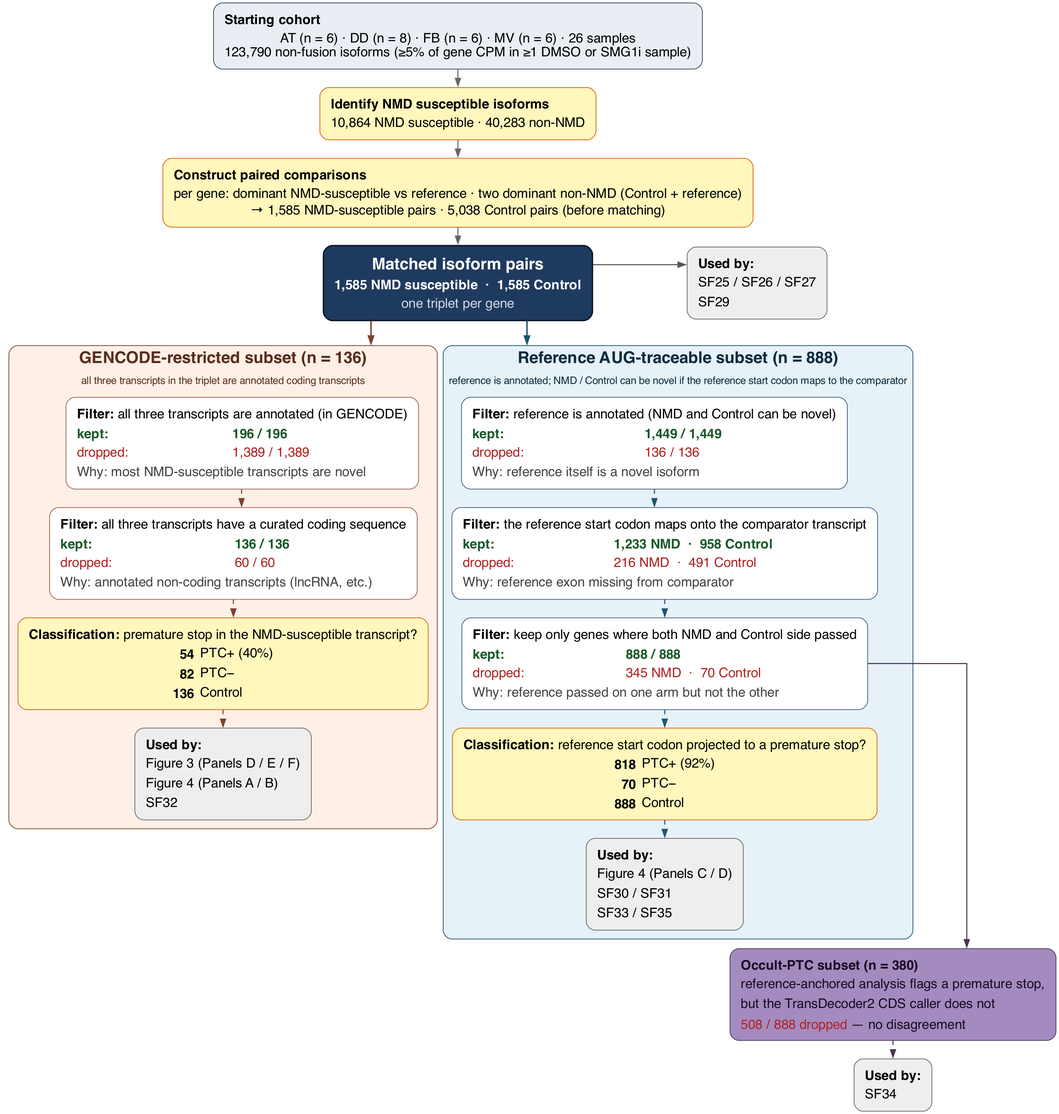
The Graphviz diagram figures/SupplementalFigures/SF28_PairAnalysisFlowchart/figure_s_pair_analysis_flowchart.png in peter4244/nmd_isopair_analysis, before a commit. Its source is kept beside it as figures/SupplementalFigures/SF28_PairAnalysisFlowchart/figure_s_pair_analysis_flowchart.dot.
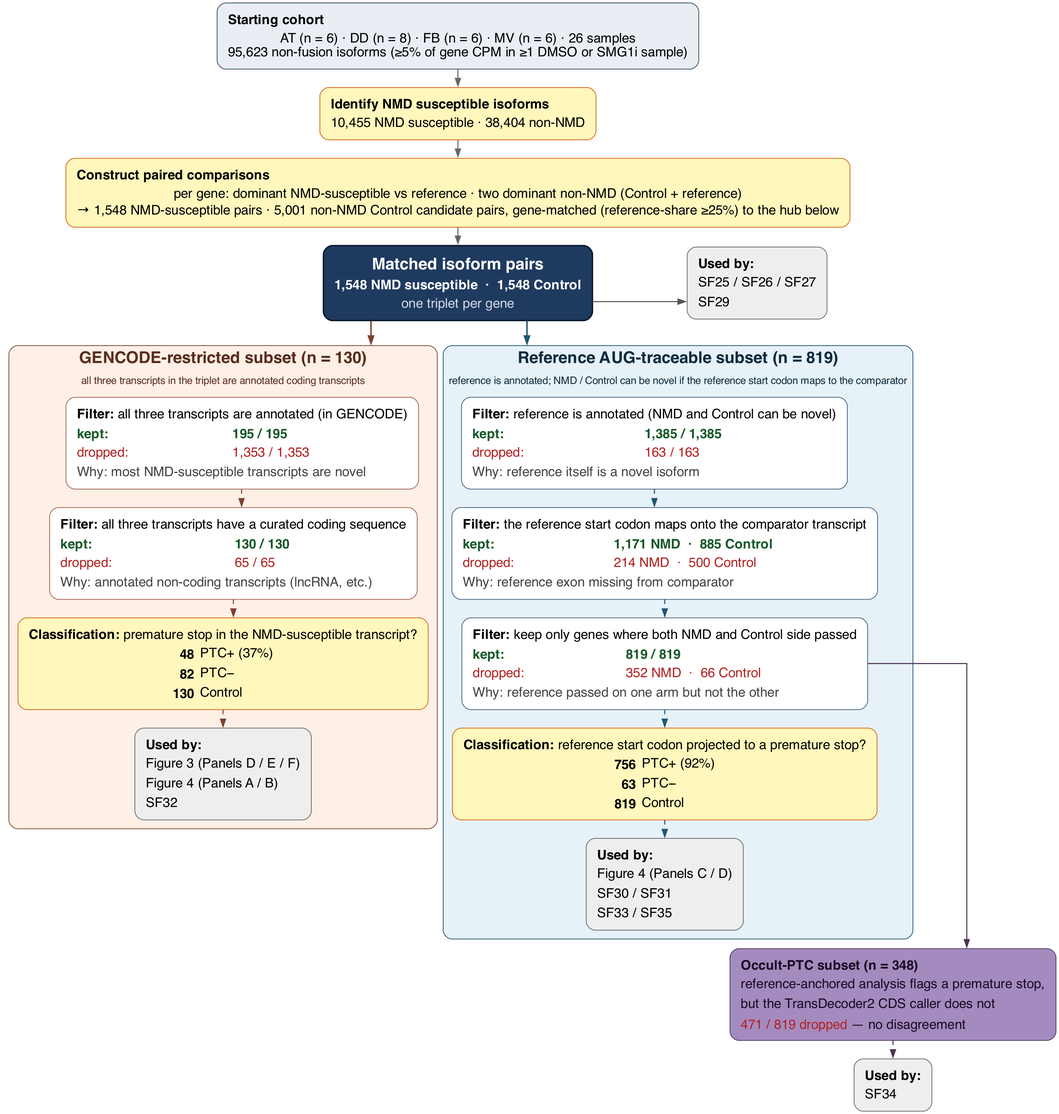
Later version of the same file.

Commit message:
4-CT re-scope R3: SF28 flowchart manual DOT rebuild (M-4)

The edit, as a diff of the source:
```diff
@@ -6,15 +6,15 @@
   edge  [color="#666", penwidth=1.4, fontname="Helvetica",
          fontsize=18, fontcolor="#444"]
 
-  U1 [label=<<TABLE BORDER="0" CELLBORDER="0" CELLSPACING="0" CELLPADDING="4"><TR><TD ALIGN="LEFT"><B>Starting cohort</B></TD></TR><TR><TD ALIGN="LEFT">AT (n = 6) · DD (n = 8) · FB (n = 6) · MV (n = 6) · 26 samples<BR/>123,790 non-fusion isoforms (≥5% of gene CPM in ≥1 DMSO or SMG1i sample)</TD></TR></TABLE>>, fillcolor="#e8eef4", color="#2f4858"]
-  U2 [label=<<TABLE BORDER="0" CELLBORDER="0" CELLSPACING="0" CELLPADDING="4"><TR><TD ALIGN="LEFT"><B>Identify NMD susceptible isoforms</B></TD></TR><TR><TD ALIGN="LEFT">10,864 NMD susceptible · 40,283 non-NMD</TD></TR></TABLE>>, fillcolor="#fff7bc", color="#d95f0e"]
-  U3 [label=<<TABLE BORDER="0" CELLBORDER="0" CELLSPACING="0" CELLPADDING="4"><TR><TD ALIGN="LEFT"><B>Construct paired comparisons</B></TD></TR><TR><TD ALIGN="LEFT">per gene: dominant NMD-susceptible vs reference · two dominant non-NMD (Control + reference)<BR/>→ 1,585 NMD-susceptible pairs · 5,038 Control pairs (before matching)</TD></TR></TABLE>>, fillcolor="#fff7bc", color="#d95f0e"]
+  U1 [label=<<TABLE BORDER="0" CELLBORDER="0" CELLSPACING="0" CELLPADDING="4"><TR><TD ALIGN="LEFT"><B>Starting cohort</B></TD></TR><TR><TD ALIGN="LEFT">AT (n = 6) · DD (n = 8) · FB (n = 6) · MV (n = 6) · 26 samples<BR/>95,623 non-fusion isoforms (≥5% of gene CPM in ≥1 DMSO or SMG1i sample)</TD></TR></TABLE>>, fillcolor="#e8eef4", color="#2f4858"]
+  U2 [label=<<TABLE BORDER="0" CELLBORDER="0" CELLSPACING="0" CELLPADDING="4"><TR><TD ALIGN="LEFT"><B>Identify NMD susceptible isoforms</B></TD></TR><TR><TD ALIGN="LEFT">10,455 NMD susceptible · 38,404 non-NMD</TD></TR></TABLE>>, fillcolor="#fff7bc", color="#d95f0e"]
+  U3 [label=<<TABLE BORDER="0" CELLBORDER="0" CELLSPACING="0" CELLPADDING="4"><TR><TD ALIGN="LEFT"><B>Construct paired comparisons</B></TD></TR><TR><TD ALIGN="LEFT">per gene: dominant NMD-susceptible vs reference · two dominant non-NMD (Control + reference)<BR/>→ 1,548 NMD-susceptible pairs · 5,001 non-NMD Control candidate pairs, gene-matched (reference-share ≥25%) to the hub below</TD></TR></TABLE>>, fillcolor="#fff7bc", color="#d95f0e"]
 
   U1 -> U2 -> U3
 
   HUB [label=<<TABLE BORDER="0" CELLBORDER="0" CELLSPACING="0" CELLPADDING="4">
                 <TR><TD ALIGN="CENTER"><FONT COLOR="white" POINT-SIZE="22"><B>Matched isoform pairs</B></FONT></TD></TR>
-                <TR><TD ALIGN="CENTER"><FONT COLOR="white"><B>1,585 NMD susceptible  ·  1,585 Control</B></FONT></TD></TR>
+                <TR><TD ALIGN="CENTER"><FONT COLOR="white"><B>1,548 NMD susceptible  ·  1,548 Control</B></FONT></TD></TR>
                 <TR><TD ALIGN="CENTER"><FONT COLOR="#cfd8e2" POINT-SIZE="18">one triplet per gene</FONT></TD></TR>
               </TABLE>>,
        fillcolor="#1f3a5f", color="#0a1a30", penwidth=2.0]
@@ -22,7 +22,7 @@
   U3 -> HUB
 
   subgraph cluster_S1 {
-    label = <<FONT POINT-SIZE="22"><B>GENCODE-restricted subset (n = 136)</B></FONT><BR/><BR/>all three transcripts in the triplet are annotated coding transcripts>
+    label = <<FONT POINT-SIZE="22"><B>GENCODE-restricted subset (n = 130)</B></FONT><BR/><BR/>all three transcripts in the triplet are annotated coding transcripts>
     labelloc = "t"
     style = "rounded,filled"
     fillcolor = "#fef0e6"
@@ -34,11 +34,11 @@
        <TR><TD ALIGN="LEFT" COLSPAN="2"><B>Filter:</B>&nbsp;all three transcripts are annotated (in GENCODE)</TD></TR>
        <TR>
          <TD ALIGN="LEFT"><FONT COLOR="#1a5a2a"><B>kept:</B></FONT></TD>
-         <TD ALIGN="LEFT"><FONT COLOR="#1a5a2a"><B>196 / 196</B></FONT></TD>
+         <TD ALIGN="LEFT"><FONT COLOR="#1a5a2a"><B>195 / 195</B></FONT></TD>
        </TR>
        <TR>
          <TD ALIGN="LEFT"><FONT COLOR="#b22222">dropped:</FONT></TD>
-         <TD ALIGN="LEFT"><FONT COLOR="#b22222">1,389 / 1,389</FONT></TD>
+         <TD ALIGN="LEFT"><FONT COLOR="#b22222">1,353 / 1,353</FONT></TD>
        </TR>
        <TR>
          <TD ALIGN="LEFT" COLSPAN="2"><FONT POINT-SIZE="18" COLOR="#444">Why: most NMD-susceptible transcripts are novel</FONT></TD>
@@ -48,11 +48,11 @@
        <TR><TD ALIGN="LEFT" COLSPAN="2"><B>Filter:</B>&nbsp;all three transcripts have a curated coding sequence</TD></TR>
        <TR>
          <TD ALIGN="LEFT"><FONT COLOR="#1a5a2a"><B>kept:</B></FONT></TD>
-         <TD ALIGN="LEFT"><FONT COLOR="#1a5a2a"><B>136 / 136</B></FONT></TD>
+         <TD ALIGN="LEFT"><FONT COLOR="#1a5a2a"><B>130 / 130</B></FONT></TD>
        </TR>
        <TR>
          <TD ALIGN="LEFT"><FONT COLOR="#b22222">dropped:</FONT></TD>
-         <TD ALIGN="LEFT"><FONT COLOR="#b22222">60 / 60</FONT></TD>
+         <TD ALIGN="LEFT"><FONT COLOR="#b22222">65 / 65</FONT></TD>
        </TR>
        <TR>
          <TD ALIGN="LEFT" COLSPAN="2"><FONT POINT-SIZE="18" COLOR="#444">Why: annotated non-coding transcripts (lncRNA, etc.)</FONT></TD>
@@ -61,9 +61,9 @@
 
     S1_GROUPS [label=<<TABLE BORDER="0" CELLBORDER="0" CELLSPACING="0" CELLPADDING="4">
                        <TR><TD ALIGN="LEFT" COLSPAN="2"><B>Classification:</B>&nbsp;premature stop in the NMD-susceptible transcript?</TD></TR>
-                       <TR><TD ALIGN="RIGHT"><B>54</B></TD><TD ALIGN="LEFT">PTC+ (40%)</TD></TR>
+                       <TR><TD ALIGN="RIGHT"><B>48</B></TD><TD ALIGN="LEFT">PTC+ (37%)</TD></TR>
                        <TR><TD ALIGN="RIGHT"><B>82</B></TD><TD ALIGN="LEFT">PTC−</TD></TR>
-                       <TR><TD ALIGN="RIGHT"><B>136</B></TD><TD ALIGN="LEFT">Control</TD></TR>
+                       <TR><TD ALIGN="RIGHT"><B>130</B></TD><TD ALIGN="LEFT">Control</TD></TR>
                      </TABLE>>,
                fillcolor="#fff7bc", color="#d95f0e"]
 
@@ -79,7 +79,7 @@
   }
 
   subgraph cluster_S2 {
-    label = <<FONT POINT-SIZE="22"><B>Reference AUG-traceable subset (n = 888)</B></FONT><BR/><BR/>reference is annotated; NMD / Control can be novel if the reference start codon maps to the comparator>
+    label = <<FONT POINT-SIZE="22"><B>Reference AUG-traceable subset (n = 819)</B></FONT><BR/><BR/>reference is annotated; NMD / Control can be novel if the reference start codon maps to the comparator>
     labelloc = "t"
     style = "rounded,filled"
     fillcolor = "#e6f1f8"
@@ -91,11 +91,11 @@
        <TR><TD ALIGN="LEFT" COLSPAN="2"><B>Filter:</B>&nbsp;reference is annotated (NMD and Control can be novel)</TD></TR>
        <TR>
          <TD ALIGN="LEFT"><FONT COLOR="#1a5a2a"><B>kept:</B></FONT></TD>
-         <TD ALIGN="LEFT"><FONT COLOR="#1a5a2a"><B>1,449 / 1,449</B></FONT></TD>
+         <TD ALIGN="LEFT"><FONT COLOR="#1a5a2a"><B>1,385 / 1,385</B></FONT></TD>
        </TR>
        <TR>
          <TD ALIGN="LEFT"><FONT COLOR="#b22222">dropped:</FONT></TD>
-         <TD ALIGN="LEFT"><FONT COLOR="#b22222">136 / 136</FONT></TD>
+         <TD ALIGN="LEFT"><FONT COLOR="#b22222">163 / 163</FONT></TD>
        </TR>
        <TR>
          <TD ALIGN="LEFT" COLSPAN="2"><FONT POINT-SIZE="18" COLOR="#444">Why: reference itself is a novel isoform</FONT></TD>
@@ -105,11 +105,11 @@
        <TR><TD ALIGN="LEFT" COLSPAN="2"><B>Filter:</B>&nbsp;the reference start codon maps onto the comparator transcript</TD></TR>
        <TR>
          <TD ALIGN="LEFT"><FONT COLOR="#1a5a2a"><B>kept:</B></FONT></TD>
-         <TD ALIGN="LEFT"><FONT COLOR="#1a5a2a"><B>1,233 NMD  ·  958 Control</B></FONT></TD>
+         <TD ALIGN="LEFT"><FONT COLOR="#1a5a2a"><B>1,171 NMD  ·  885 Control</B></FONT></TD>
        </TR>
        <TR>
          <TD ALIGN="LEFT"><FONT COLOR="#b22222">dropped:</FONT></TD>
-         <TD ALIGN="LEFT"><FONT COLOR="#b22222">216 NMD  ·  491 Control</FONT></TD>
+         <TD ALIGN="LEFT"><FONT COLOR="#b22222">214 NMD  ·  500 Control</FONT></TD>
        </TR>
        <TR>
          <TD ALIGN="LEFT" COLSPAN="2"><FONT POINT-SIZE="18" COLOR="#444">Why: reference exon missing from comparator</FONT></TD>
@@ -119,11 +119,11 @@
        <TR><TD ALIGN="LEFT" COLSPAN="2"><B>Filter:</B>&nbsp;keep only genes where both NMD and Control side passed</TD></TR>
        <TR>
          <TD ALIGN="LEFT"><FONT COLOR="#1a5a2a"><B>kept:</B></FONT></TD>
-         <TD ALIGN="LEFT"><FONT COLOR="#1a5a2a"><B>888 / 888</B></FONT></TD>
+         <TD ALIGN="LEFT"><FONT COLOR="#1a5a2a"><B>819 / 819</B></FONT></TD>
        </TR>
        <TR>
          <TD ALIGN="LEFT"><FONT COLOR="#b22222">dropped:</FONT></TD>
-         <TD ALIGN="LEFT"><FONT COLOR="#b22222">345 NMD  ·  70 Control</FONT></TD>
+         <TD ALIGN="LEFT"><FONT COLOR="#b22222">352 NMD  ·  66 Control</FONT></TD>
        </TR>
        <TR>
          <TD ALIGN="LEFT" COLSPAN="2"><FONT POINT-SIZE="18" COLOR="#444">Why: reference passed on one arm but not the other</FONT></TD>
@@ -132,9 +132,9 @@
 
     S2_GROUPS [label=<<TABLE BORDER="0" CELLBORDER="0" CELLSPACING="0" CELLPADDING="4">
                        <TR><TD ALIGN="LEFT" COLSPAN="2"><B>Classification:</B>&nbsp;reference start codon projected to a premature stop?</TD></TR>
-                       <TR><TD ALIGN="RIGHT"><B>818</B></TD><TD ALIGN="LEFT">PTC+ (92%)</TD></TR>
-                       <TR><TD ALIGN="RIGHT"><B>70</B></TD><TD ALIGN="LEFT">PTC−</TD></TR>
-                       <TR><TD ALIGN="RIGHT"><B>888</B></TD><TD ALIGN="LEFT">Control</TD></TR>
+                       <TR><TD ALIGN="RIGHT"><B>756</B></TD><TD ALIGN="LEFT">PTC+ (92%)</TD></TR>
+                       <TR><TD ALIGN="RIGHT"><B>63</B></TD><TD ALIGN="LEFT">PTC−</TD></TR>
+                       <TR><TD ALIGN="RIGHT"><B>819</B></TD><TD ALIGN="LEFT">Control</TD></TR>
                      </TABLE>>,
                fillcolor="#fff7bc", color="#d95f0e"]
 
@@ -150,10 +150,10 @@
   }
 
   HPTC [label=<<TABLE BORDER="0" CELLBORDER="0" CELLSPACING="0" CELLPADDING="4">
-                <TR><TD ALIGN="LEFT"><B>Occult-PTC subset (n = 380)</B></TD></TR>
+                <TR><TD ALIGN="LEFT"><B>Occult-PTC subset (n = 348)</B></TD></TR>
                 <TR><TD ALIGN="LEFT">reference-anchored analysis flags a premature stop,</TD></TR>
                 <TR><TD ALIGN="LEFT">but the TransDecoder2 CDS caller does not</TD></TR>
-                <TR><TD ALIGN="LEFT"><FONT COLOR="#b22222">508 / 888 dropped</FONT> — no disagreement</TD></TR>
+                <TR><TD ALIGN="LEFT"><FONT COLOR="#b22222">471 / 819 dropped</FONT> — no disagreement</TD></TR>
               </TABLE>>,
         fillcolor="#a48bbf", color="#4a3556", fontcolor="#1a0a25"]
 
```
